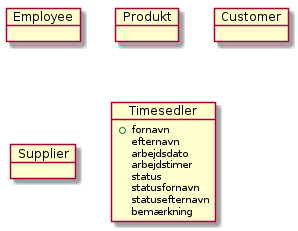
Earlier version of the PlantUML export tabeller.png (GRP25/db). Its diagram source:
```plantuml
@startuml
object Employee {

}
object Produkt
object Customer
object Supplier
object Timesedler {
    + fornavn
    efternavn
    arbejdsdato
    arbejdstimer
    status
    statusfornavn
    statusefternavn
    bemærkning
}
@enduml
```
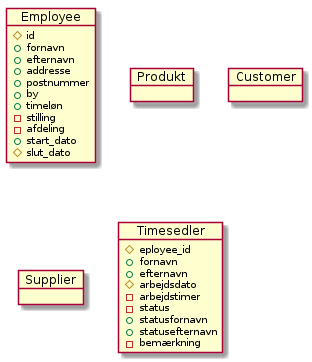
Later version of the same file.

Change to the diagram source:
```diff
@@ -1,18 +1,29 @@
 @startuml
 object Employee {
-
+    # id
+    + fornavn
+    + efternavn
+    + addresse
+    + postnummer
+    + by
+    + timeløn
+    - stilling
+    - afdeling
+    + start_dato
+    # slut_dato
 }
 object Produkt
 object Customer
 object Supplier
 object Timesedler {
+    # eployee_id
     + fornavn
-    efternavn
-    arbejdsdato
-    arbejdstimer
-    status
-    statusfornavn
-    statusefternavn
-    bemærkning
+    + efternavn
+    # arbejdsdato
+    - arbejdstimer
+    - status
+    + statusfornavn
+    + statusefternavn
+    - bemærkning
 }
 @enduml
```
